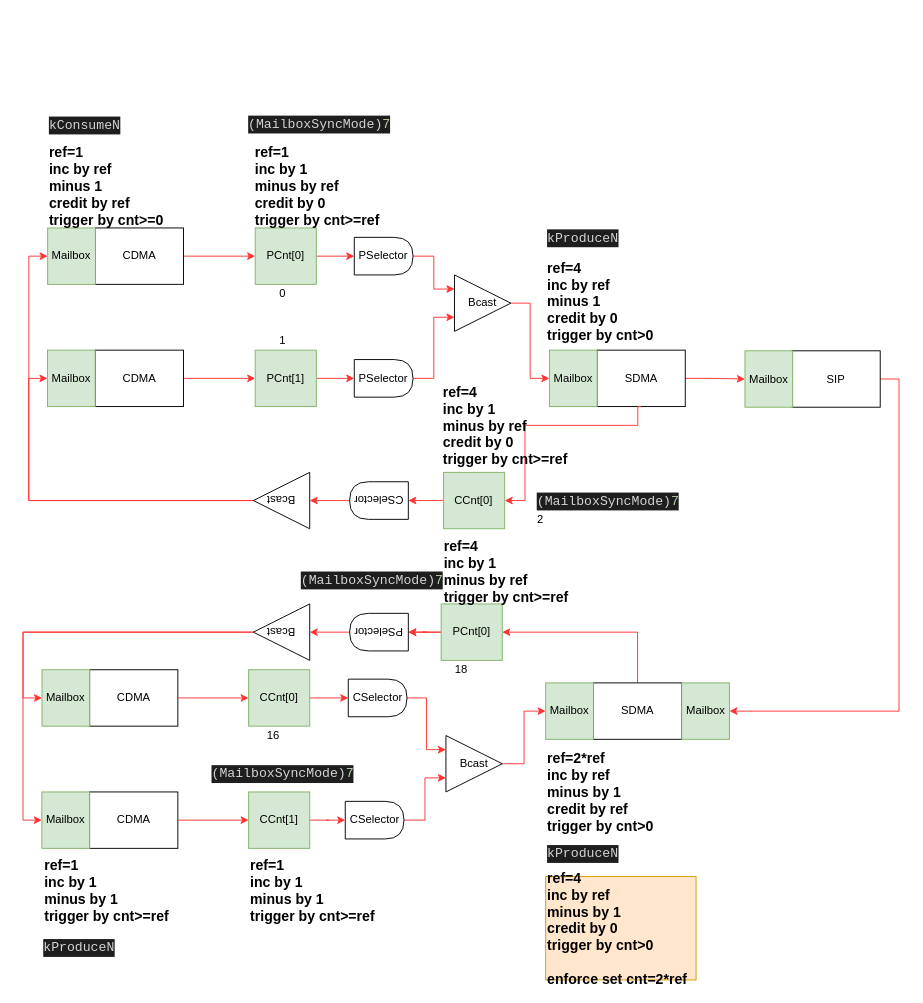
Earlier version of the draw.io diagram page "N<->1" (1 of 8) of csync_conn.drawio (huntershuai/file_sync). Source tidied: cells renumbered, new cells numbered last; positions are measured from the earlier drawing's top-left corner, leaving out a move shared by most shapes. Both pictures are drawn from the tidied source at 94%, with x=0, y=0 at pixel (23, 110).
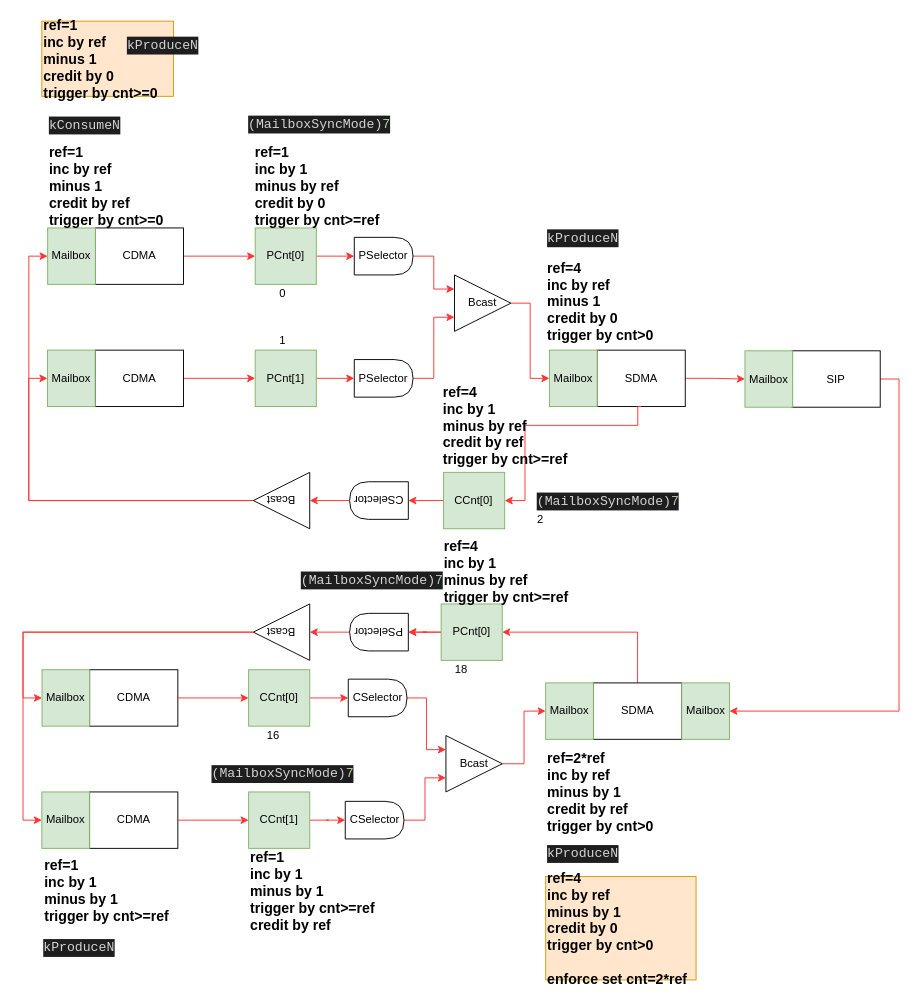
The same page after the edit.

Diff of the diagram source:
```diff
@@
-    <mxCell id="60" value="&lt;font style=&quot;font-size: 15px&quot;&gt;&lt;b&gt;ref=4&lt;br&gt;inc by 1&lt;br&gt;minus by ref&lt;br&gt;credit by 0&lt;br&gt;trigger by cnt&amp;gt;=ref&lt;/b&gt;&lt;/font&gt;" style="text;html=1;align=left;verticalAlign=middle;fontColor=#000000;" parent="1" vertex="1">
+    <mxCell id="60" value="&lt;font style=&quot;font-size: 15px&quot;&gt;&lt;b&gt;ref=4&lt;br&gt;inc by 1&lt;br&gt;minus by ref&lt;br&gt;credit by ref&lt;br&gt;trigger by cnt&amp;gt;=ref&lt;/b&gt;&lt;/font&gt;" style="text;html=1;align=left;verticalAlign=middle;fontColor=#000000;" parent="1" vertex="1">
       <mxGeometry x="444.8" y="295" width="150" height="80" as="geometry" />
     </mxCell>
@@
-    <mxCell id="63" value="&lt;font style=&quot;font-size: 15px&quot;&gt;&lt;b&gt;ref=1&lt;br&gt;inc by 1&lt;br&gt;minus by 1&lt;br&gt;trigger by cnt&amp;gt;=ref&lt;/b&gt;&lt;/font&gt;" style="text;html=1;align=left;verticalAlign=middle;fontColor=#000000;" parent="1" vertex="1">
-      <mxGeometry x="240" y="795" width="150" height="70" as="geometry" />
+    <mxCell id="63" value="&lt;font style=&quot;font-size: 15px&quot;&gt;&lt;b&gt;ref=1&lt;br&gt;inc by 1&lt;br&gt;minus by 1&lt;br&gt;trigger by cnt&amp;gt;=ref&lt;br&gt;credit by ref&lt;br&gt;&lt;/b&gt;&lt;/font&gt;" style="text;html=1;align=left;verticalAlign=middle;fontColor=#000000;" parent="1" vertex="1">
+      <mxGeometry x="240" y="790" width="150" height="80" as="geometry" />
     </mxCell>
@@
+    <mxCell id="91" value="&lt;font style=&quot;font-size: 15px&quot;&gt;&lt;b&gt;ref=1&lt;br&gt;inc by ref&lt;br&gt;minus 1&lt;br&gt;credit by 0&lt;br&gt;trigger by cnt&amp;gt;=0&lt;/b&gt;&lt;/font&gt;" style="text;html=1;align=left;verticalAlign=middle;fillColor=#ffe6cc;strokeColor=#d79b00;" parent="1" vertex="1">
+      <mxGeometry x="20" y="-95" width="140" height="80" as="geometry" />
+    </mxCell>
+    <mxCell id="92" value="&lt;div style=&quot;color: rgb(212, 212, 212); background-color: rgb(30, 30, 30); font-family: consolas, &amp;quot;courier new&amp;quot;, monospace; font-weight: normal; font-size: 14px; line-height: 19px;&quot;&gt;&lt;div&gt;&lt;span style=&quot;color: #d4d4d4&quot;&gt;kProduceN&lt;/span&gt;&lt;/div&gt;&lt;/div&gt;" style="text;whiteSpace=wrap;html=1;" parent="1" vertex="1">
+      <mxGeometry x="109" y="-85" width="90" height="30" as="geometry" />
+    </mxCell>
```
